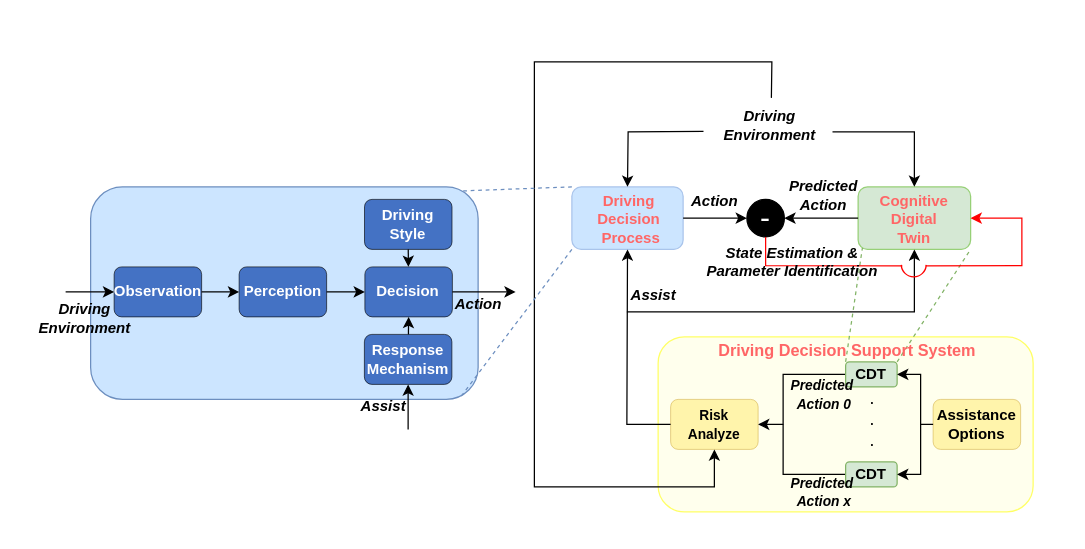
The draw.io diagram page "CDAS-O overview new" (6 of 7) of CDAS-O.drawio in SlidingEagle/draw.io, before the edit. Source tidied: cells renumbered, new cells numbered last; positions are measured from the earlier drawing's top-left corner, leaving out a move shared by most shapes. Both pictures are drawn from the tidied source at 125%, with x=0, y=0 at pixel (21, 61).
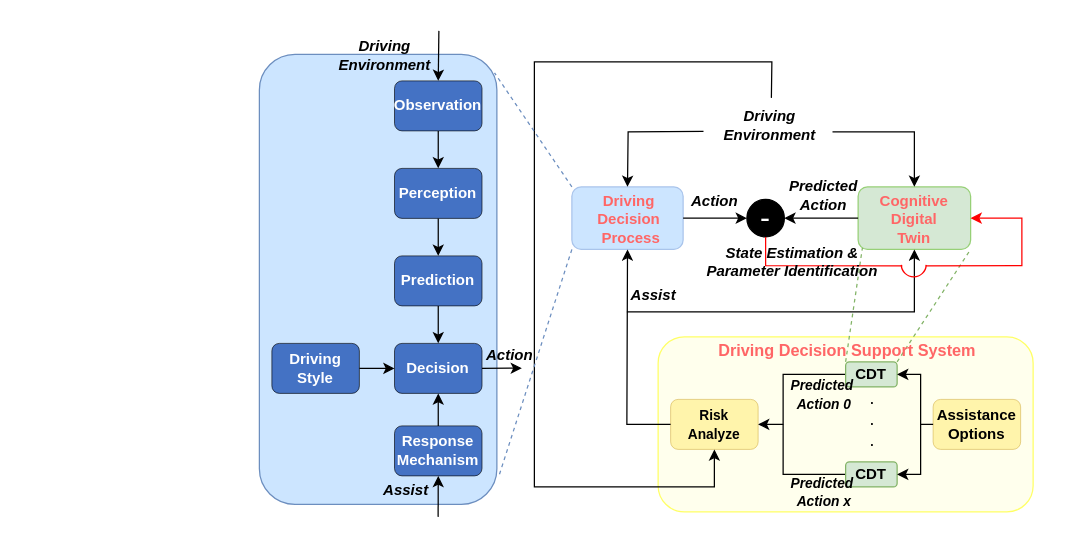
The same page after the edit.

The change refers to these unchanged cells:
```xml
<mxCell id="2" style="rounded=1;whiteSpace=wrap;html=1;fillColor=#CCE5FF;strokeColor=#A9C4EB;" parent="1" vertex="1">
  <mxGeometry x="440" y="100" width="89" height="50" as="geometry" />
</mxCell>
```

What changed in the source:
```diff
@@
     <mxCell id="36" style="rounded=1;whiteSpace=wrap;html=1;fillColor=#CCE5FF;strokeColor=#6c8ebf;" parent="1" vertex="1">
-      <mxGeometry x="55" y="100" width="310" height="170" as="geometry" />
+      <mxGeometry x="190" y="-6" width="190" height="360" as="geometry" />
     </mxCell>
     <mxCell id="37" value="&lt;font color=&quot;#ffffff&quot;&gt;&lt;b&gt;Observation&lt;/b&gt;&lt;/font&gt;" style="rounded=1;whiteSpace=wrap;html=1;fillColor=#4472C4;strokeWidth=0.5;" parent="1" vertex="1">
-      <mxGeometry x="73.8" y="164" width="70" height="40" as="geometry" />
+      <mxGeometry x="298.1" y="15.2" width="70" height="40" as="geometry" />
     </mxCell>
     <mxCell id="38" value="&lt;font color=&quot;#ffffff&quot;&gt;&lt;b&gt;Perception&lt;/b&gt;&lt;/font&gt;" style="rounded=1;whiteSpace=wrap;html=1;fillColor=#4472C4;strokeWidth=0.5;" parent="1" vertex="1">
-      <mxGeometry x="173.8" y="164" width="70" height="40" as="geometry" />
+      <mxGeometry x="298.1" y="85.2" width="70" height="40" as="geometry" />
     </mxCell>
-    <mxCell id="39" style="endArrow=classic;html=1;rounded=0;exitX=1;exitY=0.5;exitDx=0;exitDy=0;entryX=0;entryY=0.5;entryDx=0;entryDy=0;" parent="1" edge="1" source="37" target="38">
+    <mxCell id="39" style="endArrow=classic;html=1;rounded=0;exitX=0.5;exitY=1;exitDx=0;exitDy=0;entryX=0.5;entryY=0;entryDx=0;entryDy=0;" parent="1" edge="1" source="37" target="38">
       <mxGeometry relative="1" as="geometry" />
     </mxCell>
     <mxCell id="40" value="&lt;font color=&quot;#ffffff&quot;&gt;&lt;b&gt;Driving&lt;br&gt;Style&lt;/b&gt;&lt;br&gt;&lt;/font&gt;" style="rounded=1;whiteSpace=wrap;html=1;fillColor=#4472C4;strokeWidth=0.5;" parent="1" vertex="1">
-      <mxGeometry x="274.1" y="110" width="70" height="40" as="geometry" />
+      <mxGeometry x="200" y="225.2" width="70" height="40" as="geometry" />
     </mxCell>
-    <mxCell id="41" style="endArrow=none;dashed=1;html=1;rounded=0;exitX=0;exitY=1;exitDx=0;exitDy=0;fillColor=#dae8fc;strokeColor=#6c8ebf;entryX=0.951;entryY=0.998;entryDx=0;entryDy=0;entryPerimeter=0;" parent="1" edge="1" source="2" target="36">
+    <mxCell id="41" style="endArrow=none;dashed=1;html=1;rounded=0;exitX=0;exitY=1;exitDx=0;exitDy=0;fillColor=#dae8fc;strokeColor=#6c8ebf;entryX=1.011;entryY=0.933;entryDx=0;entryDy=0;entryPerimeter=0;" parent="1" edge="1" source="2" target="36">
       <mxGeometry relative="1" as="geometry" />
     </mxCell>
-    <mxCell id="42" style="endArrow=none;dashed=1;html=1;rounded=0;exitX=0;exitY=0;exitDx=0;exitDy=0;fillColor=#dae8fc;strokeColor=#6c8ebf;entryX=0.96;entryY=0.019;entryDx=0;entryDy=0;entryPerimeter=0;" parent="1" edge="1" source="2" target="36">
+    <mxCell id="42" style="endArrow=none;dashed=1;html=1;rounded=0;exitX=0;exitY=0;exitDx=0;exitDy=0;fillColor=#dae8fc;strokeColor=#6c8ebf;entryX=0.99;entryY=0.041;entryDx=0;entryDy=0;entryPerimeter=0;" parent="1" edge="1" source="2" target="36">
       <mxGeometry relative="1" as="geometry" />
     </mxCell>
@@
     <mxCell id="44" value="&lt;b&gt;&lt;i&gt;Driving&lt;br&gt;Environment&lt;/i&gt;&lt;/b&gt;" style="text;html=1;align=center;verticalAlign=middle;strokeColor=none;fillColor=none;" parent="1" vertex="1">
-      <mxGeometry y="185" width="100" height="40" as="geometry" />
+      <mxGeometry x="240" y="-24.8" width="100" height="40" as="geometry" />
     </mxCell>
     <mxCell id="45" value="&lt;i&gt;&lt;b&gt;Action&lt;/b&gt;&lt;/i&gt;" style="text;html=1;align=center;verticalAlign=middle;strokeColor=none;fillColor=none;" parent="1" vertex="1">
-      <mxGeometry x="335" y="179" width="60" height="30" as="geometry" />
+      <mxGeometry x="360" y="220" width="60" height="30" as="geometry" />
     </mxCell>
-    <mxCell id="46" style="endArrow=classic;html=1;rounded=0;entryX=0;entryY=0.5;entryDx=0;entryDy=0;" parent="1" edge="1" target="37">
+    <mxCell id="46" style="endArrow=classic;html=1;rounded=0;entryX=0.5;entryY=0;entryDx=0;entryDy=0;" parent="1" edge="1" target="37">
       <mxGeometry relative="1" as="geometry">
-        <mxPoint x="35" y="184" as="sourcePoint" />
+        <mxPoint x="333.6" y="-24.8" as="sourcePoint" />
       </mxGeometry>
     </mxCell>
     <mxCell id="47" value="&lt;font color=&quot;#ffffff&quot;&gt;&lt;b&gt;Decision&lt;/b&gt;&lt;/font&gt;" style="rounded=1;whiteSpace=wrap;html=1;fillColor=#4472C4;strokeWidth=0.5;" parent="1" vertex="1">
-      <mxGeometry x="274.4" y="164" width="70" height="40" as="geometry" />
+      <mxGeometry x="298.1" y="225.2" width="70" height="40" as="geometry" />
     </mxCell>
-    <mxCell id="48" style="endArrow=classic;html=1;rounded=0;entryX=0;entryY=0.5;entryDx=0;entryDy=0;exitX=1;exitY=0.5;exitDx=0;exitDy=0;" parent="1" edge="1" source="38" target="47">
+    <mxCell id="48" style="endArrow=classic;html=1;rounded=0;entryX=0.5;entryY=0;entryDx=0;entryDy=0;exitX=0.5;exitY=1;exitDx=0;exitDy=0;" parent="1" edge="1" source="55" target="47">
       <mxGeometry relative="1" as="geometry" />
     </mxCell>
     <mxCell id="49" value="&lt;font color=&quot;#ffffff&quot;&gt;&lt;b&gt;Response Mechanism&lt;/b&gt;&lt;/font&gt;" style="rounded=1;whiteSpace=wrap;html=1;fillColor=#4472C4;strokeWidth=0.5;" parent="1" vertex="1">
-      <mxGeometry x="274" y="218" width="70" height="40" as="geometry" />
+      <mxGeometry x="298.1" y="291.2" width="70" height="40" as="geometry" />
     </mxCell>
     <mxCell id="50" style="endArrow=classic;html=1;rounded=0;exitX=1;exitY=0.5;exitDx=0;exitDy=0;" parent="1" edge="1" source="47">
       <mxGeometry relative="1" as="geometry">
-        <mxPoint x="395" y="184" as="targetPoint" />
+        <mxPoint x="400" y="245" as="targetPoint" />
       </mxGeometry>
     </mxCell>
     <mxCell id="51" value="&lt;b&gt;&lt;i&gt;Assist&lt;/i&gt;&lt;/b&gt;" style="text;html=1;align=center;verticalAlign=middle;strokeColor=none;fillColor=none;" parent="1" vertex="1">
-      <mxGeometry x="258.5" y="261" width="60" height="30" as="geometry" />
+      <mxGeometry x="277" y="328" width="60" height="30" as="geometry" />
     </mxCell>
@@
-    <mxCell id="53" style="endArrow=classic;html=1;rounded=0;exitX=0.5;exitY=1;exitDx=0;exitDy=0;" parent="1" edge="1" source="40" target="47">
+    <mxCell id="53" style="endArrow=classic;html=1;rounded=0;exitX=1;exitY=0.5;exitDx=0;exitDy=0;" parent="1" edge="1" source="40" target="47">
       <mxGeometry relative="1" as="geometry" />
     </mxCell>
     <mxCell id="54" style="endArrow=classic;html=1;rounded=0;entryX=0.5;entryY=1;entryDx=0;entryDy=0;" parent="1" edge="1" target="49">
       <mxGeometry relative="1" as="geometry">
-        <mxPoint x="309" y="294" as="sourcePoint" />
+        <mxPoint x="333" y="364" as="sourcePoint" />
       </mxGeometry>
     </mxCell>
+    <mxCell id="55" value="&lt;font color=&quot;#ffffff&quot;&gt;&lt;b&gt;Prediction&lt;/b&gt;&lt;/font&gt;" style="rounded=1;whiteSpace=wrap;html=1;fillColor=#4472C4;strokeWidth=0.5;" parent="1" vertex="1">
+      <mxGeometry x="298.1" y="155.2" width="70" height="40" as="geometry" />
+    </mxCell>
+    <mxCell id="56" style="endArrow=classic;html=1;rounded=0;exitX=0.5;exitY=1;exitDx=0;exitDy=0;entryX=0.5;entryY=0;entryDx=0;entryDy=0;" parent="1" edge="1" source="38" target="55">
+      <mxGeometry relative="1" as="geometry" />
+    </mxCell>
```
